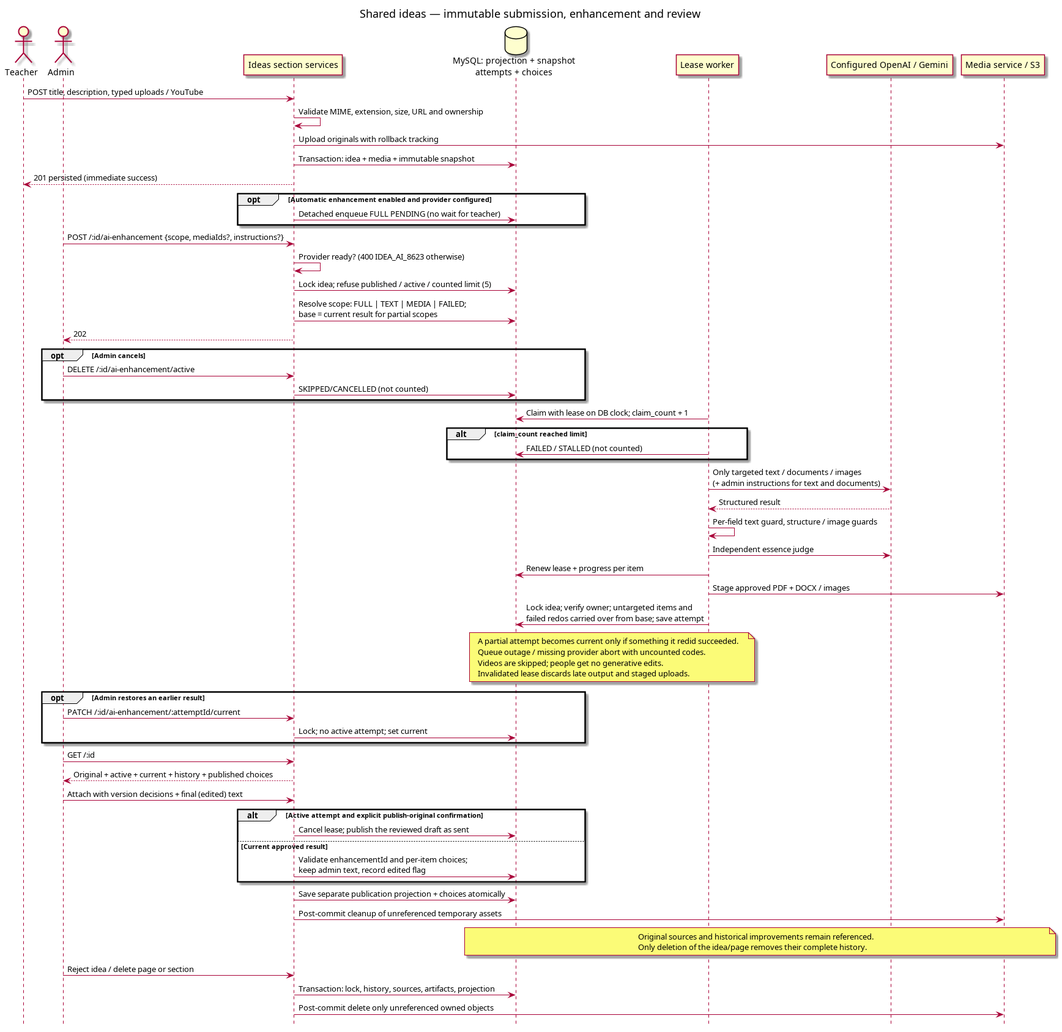
The PlantUML diagram docs/diagrams/flow/ideas-sections/ideas-sections-flow.png in ministerioclubinhos/clubinhonib-api, before a commit. Its source is kept beside it as docs/diagrams/flow/ideas-sections/ideas-sections-flow.puml. Source of this version:
```plantuml
@startuml
hide footbox
title Shared ideas — immutable submission, enhancement and review
actor Teacher
actor Admin
participant "Ideas section services" as API
database "MySQL: projection + snapshot\nattempts + choices" as DB
participant "Lease worker" as Worker
participant "Configured OpenAI / Gemini" as AI
participant "Media service / S3" as S3
Teacher -> API : POST title, description, typed uploads / YouTube
API -> API : Validate MIME, extension, size, URL and ownership
API -> S3 : Upload originals with rollback tracking
API -> DB : Transaction: idea + media + immutable snapshot
API --> Teacher : 201 persisted (immediate success)
opt Automatic enhancement enabled and provider configured
 API -> DB : Detached enqueue FULL PENDING (no wait for teacher)
end
Admin -> API : POST /:id/ai-enhancement {scope, mediaIds?, instructions?}
API -> API : Provider ready? (400 IDEA_AI_8623 otherwise)
API -> DB : Lock idea; refuse published / active / counted limit (5)
API -> DB : Resolve scope: FULL | TEXT | MEDIA | FAILED;\nbase = current result for partial scopes
API --> Admin : 202
opt Admin cancels
 Admin -> API : DELETE /:id/ai-enhancement/active
 API -> DB : SKIPPED/CANCELLED (not counted)
end
Worker -> DB : Claim with lease on DB clock; claim_count + 1
alt claim_count reached limit
 Worker -> DB : FAILED / STALLED (not counted)
end
Worker -> AI : Only targeted text / documents / images\n(+ admin instructions for text and documents)
AI --> Worker : Structured result
Worker -> Worker : Per-field text guard, structure / image guards
Worker -> AI : Independent essence judge
Worker -> DB : Renew lease + progress per item
Worker -> S3 : Stage approved PDF + DOCX / images
Worker -> DB : Lock idea; verify owner; untargeted items and\nfailed redos carried over from base; save attempt
note over Worker,DB
 A partial attempt becomes current only if something it redid succeeded.
 Queue outage / missing provider abort with uncounted codes.
 Videos are skipped; people get no generative edits.
 Invalidated lease discards late output and staged uploads.
end note
opt Admin restores an earlier result
 Admin -> API : PATCH /:id/ai-enhancement/:attemptId/current
 API -> DB : Lock; no active attempt; set current
end
Admin -> API : GET /:id
API --> Admin : Original + active + current + history + published choices
Admin -> API : Attach with version decisions + final (edited) text
alt Active attempt and explicit publish-original confirmation
 API -> DB : Cancel lease; publish the reviewed draft as sent
else Current approved result
 API -> DB : Validate enhancementId and per-item choices;\nkeep admin text, record edited flag
end
API -> DB : Save separate publication projection + choices atomically
API -> S3 : Post-commit cleanup of unreferenced temporary assets
note over DB,S3
 Original sources and historical improvements remain referenced.
 Only deletion of the idea/page removes their complete history.
end note
Admin -> API : Reject idea / delete page or section
API -> DB : Transaction: lock, history, sources, artifacts, projection
API -> S3 : Post-commit delete only unreferenced owned objects
@enduml
```
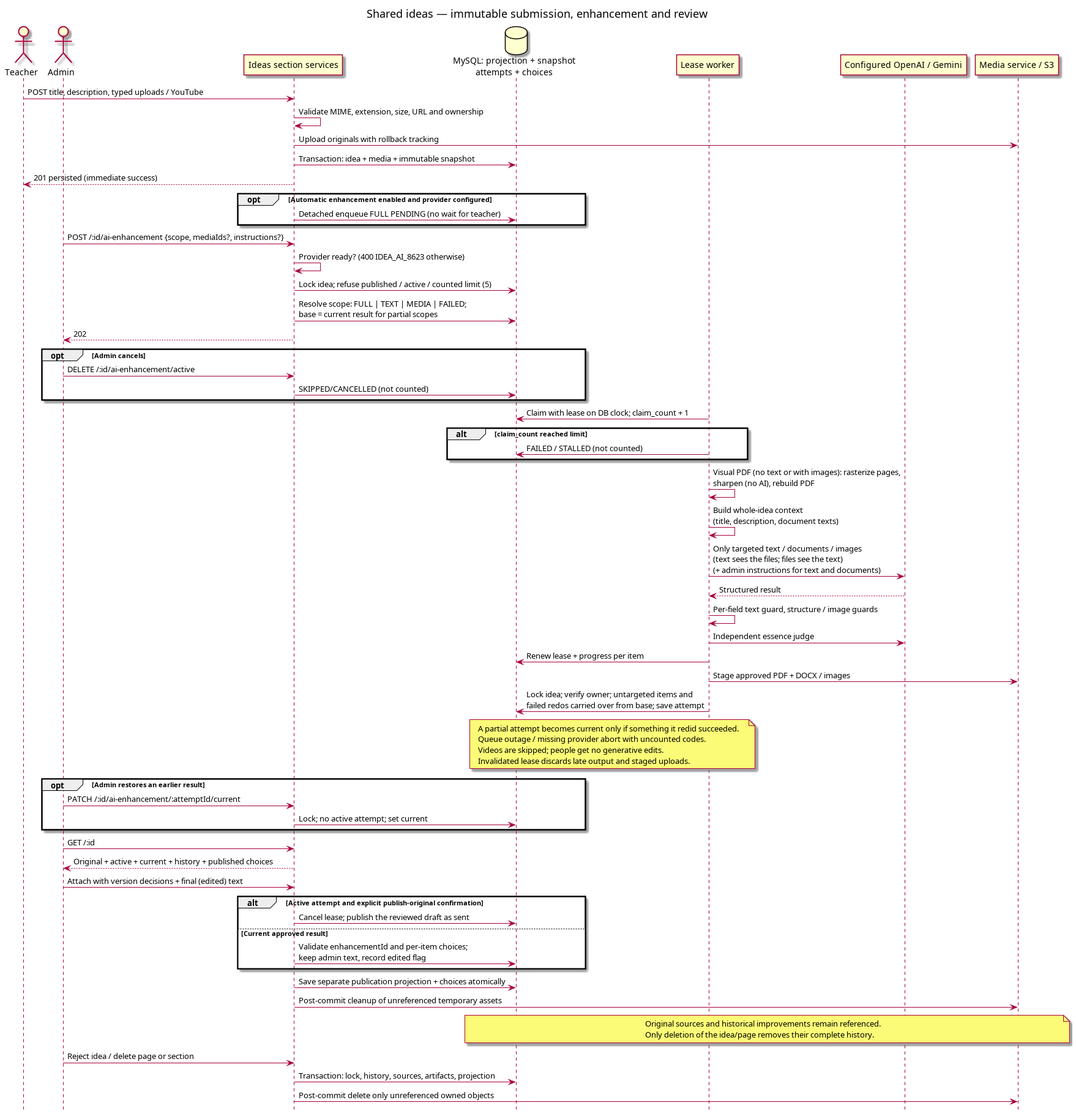
Above is the later version.

Change to the diagram source:
```diff
@@ -29,7 +29,9 @@
 alt claim_count reached limit
  Worker -> DB : FAILED / STALLED (not counted)
 end
-Worker -> AI : Only targeted text / documents / images\n(+ admin instructions for text and documents)
+Worker -> Worker : Visual PDF (no text or with images): rasterize pages,\nsharpen (no AI), rebuild PDF
+Worker -> Worker : Build whole-idea context\n(title, description, document texts)
+Worker -> AI : Only targeted text / documents / images\n(text sees the files; files see the text)\n(+ admin instructions for text and documents)
 AI --> Worker : Structured result
 Worker -> Worker : Per-field text guard, structure / image guards
 Worker -> AI : Independent essence judge
```
